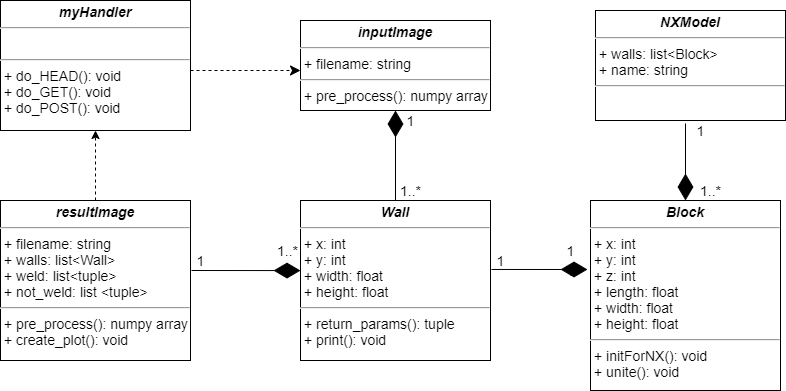
Before: Figures/A2/class_diagram.png, a diagram exported from draw.io (lerausenco/KBE-Prosjekt). Source tidied: cells renumbered, new cells last; positions are measured from the earlier drawing's top-left corner, leaving out a move shared by most shapes.
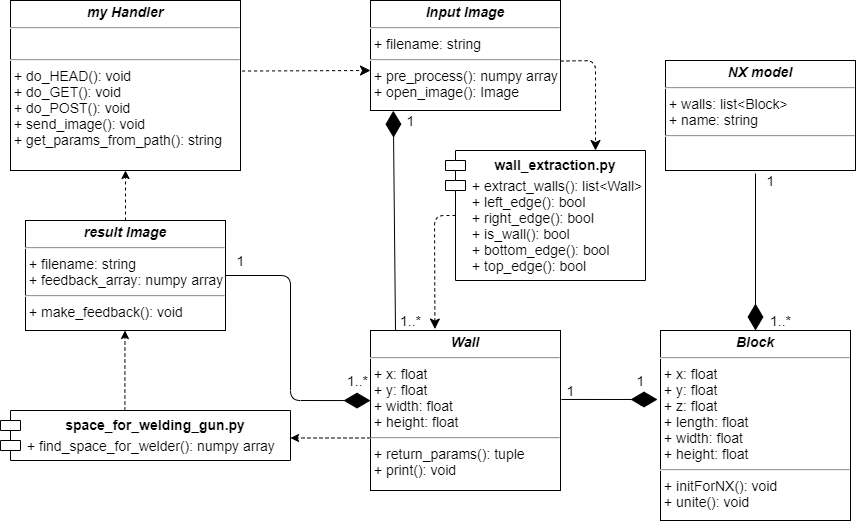
The same diagram one commit later.

What changed in the source:
```diff
@@ -2,45 +2,46 @@
   <root>
     <mxCell id="0" />
     <mxCell id="1" parent="0" />
-    <mxCell id="2" value="&lt;p style=&quot;margin: 4px 0px 0px ; text-align: center ; font-size: 14px&quot;&gt;&lt;i style=&quot;font-size: 14px&quot;&gt;&lt;b style=&quot;font-size: 14px&quot;&gt;myHandler&lt;/b&gt;&lt;/i&gt;&lt;/p&gt;&lt;hr style=&quot;font-size: 14px&quot;&gt;&lt;p style=&quot;margin: 0px 0px 0px 4px ; font-size: 14px&quot;&gt;&lt;br&gt;&lt;/p&gt;&lt;hr style=&quot;font-size: 14px&quot;&gt;&lt;p style=&quot;margin: 0px 0px 0px 4px ; font-size: 14px&quot;&gt;+ do_HEAD(): void&lt;/p&gt;&lt;p style=&quot;margin: 0px 0px 0px 4px ; font-size: 14px&quot;&gt;+ do_GET(): void&lt;br style=&quot;font-size: 14px&quot;&gt;+ do_POST(): void&lt;/p&gt;" style="verticalAlign=top;align=left;overflow=fill;fontSize=14;fontFamily=Helvetica;html=1;" parent="1" vertex="1">
-      <mxGeometry width="190" height="130" as="geometry" />
+    <mxCell id="2" value="&lt;p style=&quot;margin: 4px 0px 0px ; text-align: center ; font-size: 14px&quot;&gt;&lt;i style=&quot;font-size: 14px&quot;&gt;&lt;b style=&quot;font-size: 14px&quot;&gt;my Handler&lt;/b&gt;&lt;/i&gt;&lt;/p&gt;&lt;hr style=&quot;font-size: 14px&quot;&gt;&lt;p style=&quot;margin: 0px 0px 0px 4px ; font-size: 14px&quot;&gt;&lt;br&gt;&lt;/p&gt;&lt;hr style=&quot;font-size: 14px&quot;&gt;&lt;p style=&quot;margin: 0px 0px 0px 4px ; font-size: 14px&quot;&gt;+ do_HEAD(): void&lt;/p&gt;&lt;p style=&quot;margin: 0px 0px 0px 4px ; font-size: 14px&quot;&gt;+ do_GET(): void&lt;br style=&quot;font-size: 14px&quot;&gt;+ do_POST(): void&lt;/p&gt;&lt;p style=&quot;margin: 0px 0px 0px 4px ; font-size: 14px&quot;&gt;+ send_image(): void&lt;/p&gt;&lt;p style=&quot;margin: 0px 0px 0px 4px ; font-size: 14px&quot;&gt;+ get_params_from_path(): string&lt;/p&gt;" style="verticalAlign=top;align=left;overflow=fill;fontSize=14;fontFamily=Helvetica;html=1;" parent="1" vertex="1">
+      <mxGeometry x="-60" y="-50" width="230" height="170" as="geometry" />
     </mxCell>
-    <mxCell id="3" value="&lt;p style=&quot;margin: 4px 0px 0px ; text-align: center ; font-size: 14px&quot;&gt;&lt;b&gt;&lt;i&gt;Wall&lt;/i&gt;&lt;/b&gt;&lt;/p&gt;&lt;hr style=&quot;font-size: 14px&quot;&gt;&lt;p style=&quot;margin: 0px 0px 0px 4px ; font-size: 14px&quot;&gt;+ x: int&lt;/p&gt;&lt;p style=&quot;margin: 0px 0px 0px 4px ; font-size: 14px&quot;&gt;+ y: int&lt;/p&gt;&lt;p style=&quot;margin: 0px 0px 0px 4px ; font-size: 14px&quot;&gt;&lt;span&gt;+ width: float&lt;/span&gt;&lt;br&gt;&lt;/p&gt;&lt;p style=&quot;margin: 0px 0px 0px 4px ; font-size: 14px&quot;&gt;&lt;span&gt;+ height: float&lt;/span&gt;&lt;/p&gt;&lt;hr style=&quot;font-size: 14px&quot;&gt;&lt;p style=&quot;margin: 0px 0px 0px 4px ; font-size: 14px&quot;&gt;+ return_params(): tuple&lt;/p&gt;&lt;p style=&quot;margin: 0px 0px 0px 4px ; font-size: 14px&quot;&gt;+ print(): void&lt;/p&gt;" style="verticalAlign=top;align=left;overflow=fill;fontSize=14;fontFamily=Helvetica;html=1;" parent="1" vertex="1">
-      <mxGeometry x="300" y="200" width="190" height="160" as="geometry" />
+    <mxCell id="3" value="&lt;p style=&quot;margin: 4px 0px 0px ; text-align: center ; font-size: 14px&quot;&gt;&lt;b&gt;&lt;i&gt;Wall&lt;/i&gt;&lt;/b&gt;&lt;/p&gt;&lt;hr style=&quot;font-size: 14px&quot;&gt;&lt;p style=&quot;margin: 0px 0px 0px 4px ; font-size: 14px&quot;&gt;+ x: float&lt;/p&gt;&lt;p style=&quot;margin: 0px 0px 0px 4px ; font-size: 14px&quot;&gt;+ y: float&lt;/p&gt;&lt;p style=&quot;margin: 0px 0px 0px 4px ; font-size: 14px&quot;&gt;&lt;span&gt;+ width: float&lt;/span&gt;&lt;br&gt;&lt;/p&gt;&lt;p style=&quot;margin: 0px 0px 0px 4px ; font-size: 14px&quot;&gt;&lt;span&gt;+ height: float&lt;/span&gt;&lt;/p&gt;&lt;hr style=&quot;font-size: 14px&quot;&gt;&lt;p style=&quot;margin: 0px 0px 0px 4px ; font-size: 14px&quot;&gt;+ return_params(): tuple&lt;/p&gt;&lt;p style=&quot;margin: 0px 0px 0px 4px ; font-size: 14px&quot;&gt;+ print(): void&lt;/p&gt;" style="verticalAlign=top;align=left;overflow=fill;fontSize=14;fontFamily=Helvetica;html=1;" parent="1" vertex="1">
+      <mxGeometry x="300" y="280" width="190" height="160" as="geometry" />
     </mxCell>
-    <mxCell id="4" value="&lt;p style=&quot;margin: 4px 0px 0px ; text-align: center ; font-size: 14px&quot;&gt;&lt;b&gt;&lt;i&gt;Block&lt;/i&gt;&lt;/b&gt;&lt;/p&gt;&lt;hr style=&quot;font-size: 14px&quot;&gt;&lt;p style=&quot;margin: 0px 0px 0px 4px ; font-size: 14px&quot;&gt;+ x: int&lt;/p&gt;&lt;p style=&quot;margin: 0px 0px 0px 4px ; font-size: 14px&quot;&gt;+ y: int&lt;/p&gt;&lt;p style=&quot;margin: 0px 0px 0px 4px ; font-size: 14px&quot;&gt;+ z: int&lt;/p&gt;&lt;p style=&quot;margin: 0px 0px 0px 4px ; font-size: 14px&quot;&gt;+ length: float&lt;/p&gt;&lt;p style=&quot;margin: 0px 0px 0px 4px ; font-size: 14px&quot;&gt;&lt;span&gt;+ width: float&lt;/span&gt;&lt;br&gt;&lt;/p&gt;&lt;p style=&quot;margin: 0px 0px 0px 4px ; font-size: 14px&quot;&gt;&lt;span&gt;+ height: float&lt;/span&gt;&lt;/p&gt;&lt;hr style=&quot;font-size: 14px&quot;&gt;&lt;p style=&quot;margin: 0px 0px 0px 4px ; font-size: 14px&quot;&gt;+ initForNX(): void&lt;/p&gt;&lt;p style=&quot;margin: 0px 0px 0px 4px ; font-size: 14px&quot;&gt;+ unite(): void&lt;/p&gt;&lt;p style=&quot;margin: 0px 0px 0px 4px ; font-size: 14px&quot;&gt;&lt;br&gt;&lt;/p&gt;&lt;p style=&quot;margin: 0px 0px 0px 4px ; font-size: 14px&quot;&gt;&lt;br&gt;&lt;/p&gt;" style="verticalAlign=top;align=left;overflow=fill;fontSize=14;fontFamily=Helvetica;html=1;" parent="1" vertex="1">
-      <mxGeometry x="590" y="200" width="190" height="190" as="geometry" />
+    <mxCell id="4" value="&lt;p style=&quot;margin: 4px 0px 0px ; text-align: center ; font-size: 14px&quot;&gt;&lt;b&gt;&lt;i&gt;Block&lt;/i&gt;&lt;/b&gt;&lt;/p&gt;&lt;hr style=&quot;font-size: 14px&quot;&gt;&lt;p style=&quot;margin: 0px 0px 0px 4px ; font-size: 14px&quot;&gt;+ x: float&lt;/p&gt;&lt;p style=&quot;margin: 0px 0px 0px 4px ; font-size: 14px&quot;&gt;+ y: float&lt;/p&gt;&lt;p style=&quot;margin: 0px 0px 0px 4px ; font-size: 14px&quot;&gt;+ z: float&lt;/p&gt;&lt;p style=&quot;margin: 0px 0px 0px 4px ; font-size: 14px&quot;&gt;+ length: float&lt;/p&gt;&lt;p style=&quot;margin: 0px 0px 0px 4px ; font-size: 14px&quot;&gt;&lt;span&gt;+ width: float&lt;/span&gt;&lt;br&gt;&lt;/p&gt;&lt;p style=&quot;margin: 0px 0px 0px 4px ; font-size: 14px&quot;&gt;&lt;span&gt;+ height: float&lt;/span&gt;&lt;/p&gt;&lt;hr style=&quot;font-size: 14px&quot;&gt;&lt;p style=&quot;margin: 0px 0px 0px 4px ; font-size: 14px&quot;&gt;+ initForNX(): void&lt;/p&gt;&lt;p style=&quot;margin: 0px 0px 0px 4px ; font-size: 14px&quot;&gt;+ unite(): void&lt;/p&gt;&lt;p style=&quot;margin: 0px 0px 0px 4px ; font-size: 14px&quot;&gt;&lt;br&gt;&lt;/p&gt;&lt;p style=&quot;margin: 0px 0px 0px 4px ; font-size: 14px&quot;&gt;&lt;br&gt;&lt;/p&gt;" style="verticalAlign=top;align=left;overflow=fill;fontSize=14;fontFamily=Helvetica;html=1;" parent="1" vertex="1">
+      <mxGeometry x="590" y="280" width="190" height="190" as="geometry" />
     </mxCell>
-    <mxCell id="5" value="&lt;p style=&quot;margin: 4px 0px 0px ; text-align: center ; font-size: 14px&quot;&gt;&lt;i style=&quot;font-size: 14px&quot;&gt;&lt;b style=&quot;font-size: 14px&quot;&gt;inputImage&lt;/b&gt;&lt;/i&gt;&lt;/p&gt;&lt;hr style=&quot;font-size: 14px&quot;&gt;&lt;p style=&quot;margin: 0px 0px 0px 4px ; font-size: 14px&quot;&gt;+ filename: string&lt;/p&gt;&lt;hr style=&quot;font-size: 14px&quot;&gt;&lt;p style=&quot;margin: 0px 0px 0px 4px ; font-size: 14px&quot;&gt;+ pre_process(): numpy array&lt;/p&gt;" style="verticalAlign=top;align=left;overflow=fill;fontSize=14;fontFamily=Helvetica;html=1;" parent="1" vertex="1">
-      <mxGeometry x="300" y="20" width="190" height="90" as="geometry" />
+    <mxCell id="5" value="&lt;p style=&quot;margin: 4px 0px 0px ; text-align: center ; font-size: 14px&quot;&gt;&lt;b&gt;&lt;i&gt;Input Image&lt;/i&gt;&lt;/b&gt;&lt;/p&gt;&lt;hr style=&quot;font-size: 14px&quot;&gt;&lt;p style=&quot;margin: 0px 0px 0px 4px ; font-size: 14px&quot;&gt;+ filename: string&lt;/p&gt;&lt;hr style=&quot;font-size: 14px&quot;&gt;&lt;p style=&quot;margin: 0px 0px 0px 4px ; font-size: 14px&quot;&gt;+ pre_process(): numpy array&lt;/p&gt;&lt;p style=&quot;margin: 0px 0px 0px 4px ; font-size: 14px&quot;&gt;+ open_image(): Image&lt;/p&gt;" style="verticalAlign=top;align=left;overflow=fill;fontSize=14;fontFamily=Helvetica;html=1;" parent="1" vertex="1">
+      <mxGeometry x="300" y="-50" width="190" height="110" as="geometry" />
     </mxCell>
     <mxCell id="6" value="1" style="text;html=1;align=center;verticalAlign=middle;fontSize=14;" parent="1" vertex="1">
-      <mxGeometry x="560" y="240" width="20" height="20" as="geometry" />
+      <mxGeometry x="560" y="320" width="20" height="20" as="geometry" />
     </mxCell>
     <mxCell id="7" style="endArrow=diamondThin;endFill=1;endSize=24;html=1;fontSize=14;exitX=1.005;exitY=0.431;exitDx=0;exitDy=0;exitPerimeter=0;" parent="1" edge="1" source="3">
       <mxGeometry relative="1" as="geometry">
-        <mxPoint x="587" y="269" as="targetPoint" />
+        <mxPoint x="587" y="349" as="targetPoint" />
       </mxGeometry>
     </mxCell>
     <mxCell id="8" value="1" style="text;html=1;align=center;verticalAlign=middle;fontSize=14;" parent="1" vertex="1">
-      <mxGeometry x="490" y="250" width="20" height="20" as="geometry" />
+      <mxGeometry x="490" y="330" width="20" height="20" as="geometry" />
     </mxCell>
-    <mxCell id="9" style="endArrow=diamondThin;endFill=1;endSize=24;html=1;fontSize=14;exitX=0.5;exitY=0;exitDx=0;exitDy=0;entryX=0.5;entryY=1;entryDx=0;entryDy=0;" parent="1" edge="1" source="3" target="5">
-      <mxGeometry relative="1" as="geometry" />
+    <mxCell id="9" style="endArrow=diamondThin;endFill=1;endSize=24;html=1;fontSize=14;exitX=0.5;exitY=0;exitDx=0;exitDy=0;entryX=0.12;entryY=1.002;entryDx=0;entryDy=0;entryPerimeter=0;" parent="1" edge="1" target="5">
+      <mxGeometry relative="1" as="geometry">
+        <mxPoint x="325" y="280" as="sourcePoint" />
+      </mxGeometry>
     </mxCell>
     <mxCell id="10" value="1..*" style="text;html=1;align=center;verticalAlign=middle;fontSize=14;" parent="1" vertex="1">
-      <mxGeometry x="390" y="180" width="40" height="20" as="geometry" />
+      <mxGeometry x="320" y="260" width="40" height="20" as="geometry" />
     </mxCell>
     <mxCell id="11" value="1" style="text;html=1;align=center;verticalAlign=middle;fontSize=14;" parent="1" vertex="1">
-      <mxGeometry x="400" y="110" width="20" height="20" as="geometry" />
+      <mxGeometry x="330" y="60" width="20" height="20" as="geometry" />
     </mxCell>
-    <mxCell id="12" style="html=1;verticalAlign=bottom;endArrow=classic;dashed=1;endSize=8;fontSize=14;endFill=1;" parent="1" edge="1">
+    <mxCell id="12" style="html=1;verticalAlign=bottom;endArrow=classic;dashed=1;endSize=8;fontSize=14;endFill=1;exitX=1.007;exitY=0.415;exitDx=0;exitDy=0;exitPerimeter=0;" parent="1" edge="1" source="2">
       <mxGeometry relative="1" as="geometry">
-        <mxPoint x="190" y="70" as="sourcePoint" />
-        <mxPoint x="300" y="70" as="targetPoint" />
+        <mxPoint x="300" y="20" as="targetPoint" />
       </mxGeometry>
     </mxCell>
-    <mxCell id="13" value="&lt;p style=&quot;margin: 4px 0px 0px ; text-align: center ; font-size: 14px&quot;&gt;&lt;b&gt;&lt;i&gt;NXModel&lt;/i&gt;&lt;/b&gt;&lt;/p&gt;&lt;hr style=&quot;font-size: 14px&quot;&gt;&lt;p style=&quot;margin: 0px 0px 0px 4px ; font-size: 14px&quot;&gt;+ walls: list&amp;lt;Block&amp;gt;&lt;/p&gt;&lt;p style=&quot;margin: 0px 0px 0px 4px ; font-size: 14px&quot;&gt;+ name: string&lt;/p&gt;&lt;hr style=&quot;font-size: 14px&quot;&gt;&lt;p style=&quot;margin: 0px 0px 0px 4px ; font-size: 14px&quot;&gt;&lt;br&gt;&lt;/p&gt;" style="verticalAlign=top;align=left;overflow=fill;fontSize=14;fontFamily=Helvetica;html=1;" parent="1" vertex="1">
+    <mxCell id="13" value="&lt;p style=&quot;margin: 4px 0px 0px ; text-align: center ; font-size: 14px&quot;&gt;&lt;b&gt;&lt;i&gt;NX model&lt;/i&gt;&lt;/b&gt;&lt;/p&gt;&lt;hr style=&quot;font-size: 14px&quot;&gt;&lt;p style=&quot;margin: 0px 0px 0px 4px ; font-size: 14px&quot;&gt;+ walls: list&amp;lt;Block&amp;gt;&lt;/p&gt;&lt;p style=&quot;margin: 0px 0px 0px 4px ; font-size: 14px&quot;&gt;+ name: string&lt;/p&gt;&lt;hr style=&quot;font-size: 14px&quot;&gt;&lt;p style=&quot;margin: 0px 0px 0px 4px ; font-size: 14px&quot;&gt;&lt;br&gt;&lt;/p&gt;" style="verticalAlign=top;align=left;overflow=fill;fontSize=14;fontFamily=Helvetica;html=1;" parent="1" vertex="1">
       <mxGeometry x="595" y="10" width="190" height="110" as="geometry" />
     </mxCell>
     <mxCell id="14" style="endArrow=diamondThin;endFill=1;endSize=24;html=1;fontSize=14;entryX=0.5;entryY=0;entryDx=0;entryDy=0;" parent="1" edge="1" target="4">
@@ -52,27 +53,78 @@
       <mxGeometry x="690" y="120" width="20" height="20" as="geometry" />
     </mxCell>
     <mxCell id="16" value="1..*" style="text;html=1;align=center;verticalAlign=middle;fontSize=14;" parent="1" vertex="1">
-      <mxGeometry x="690" y="180" width="40" height="20" as="geometry" />
+      <mxGeometry x="690" y="260" width="40" height="20" as="geometry" />
     </mxCell>
-    <mxCell id="17" style="edgeStyle=orthogonalEdgeStyle;rounded=0;jettySize=auto;html=1;fontSize=14;dashed=1;" parent="1" edge="1" source="18" target="2">
+    <mxCell id="17" style="edgeStyle=orthogonalEdgeStyle;rounded=0;jettySize=auto;html=1;fontSize=14;dashed=1;entryX=0.5;entryY=1;entryDx=0;entryDy=0;" parent="1" edge="1" source="18" target="2">
       <mxGeometry relative="1" as="geometry" />
     </mxCell>
-    <mxCell id="18" value="&lt;p style=&quot;margin: 4px 0px 0px ; text-align: center ; font-size: 14px&quot;&gt;&lt;i style=&quot;font-size: 14px&quot;&gt;&lt;b style=&quot;font-size: 14px&quot;&gt;resultImage&lt;/b&gt;&lt;/i&gt;&lt;/p&gt;&lt;hr style=&quot;font-size: 14px&quot;&gt;&lt;p style=&quot;margin: 0px 0px 0px 4px ; font-size: 14px&quot;&gt;+ filename: string&lt;/p&gt;&lt;p style=&quot;margin: 0px 0px 0px 4px ; font-size: 14px&quot;&gt;+ walls: list&amp;lt;Wall&amp;gt;&lt;/p&gt;&lt;p style=&quot;margin: 0px 0px 0px 4px ; font-size: 14px&quot;&gt;+ weld: list&amp;lt;tuple&amp;gt;&lt;/p&gt;&lt;p style=&quot;margin: 0px 0px 0px 4px ; font-size: 14px&quot;&gt;+ not_weld: list &amp;lt;tuple&amp;gt;&lt;/p&gt;&lt;hr style=&quot;font-size: 14px&quot;&gt;&lt;p style=&quot;margin: 0px 0px 0px 4px ; font-size: 14px&quot;&gt;+ pre_process(): numpy array&lt;/p&gt;&lt;p style=&quot;margin: 0px 0px 0px 4px ; font-size: 14px&quot;&gt;+ create_plot(): void&lt;/p&gt;" style="verticalAlign=top;align=left;overflow=fill;fontSize=14;fontFamily=Helvetica;html=1;" parent="1" vertex="1">
-      <mxGeometry y="200" width="190" height="160" as="geometry" />
+    <mxCell id="18" value="&lt;p style=&quot;margin: 4px 0px 0px ; text-align: center ; font-size: 14px&quot;&gt;&lt;i style=&quot;font-size: 14px&quot;&gt;&lt;b style=&quot;font-size: 14px&quot;&gt;result Image&lt;/b&gt;&lt;/i&gt;&lt;/p&gt;&lt;hr style=&quot;font-size: 14px&quot;&gt;&lt;p style=&quot;margin: 0px 0px 0px 4px ; font-size: 14px&quot;&gt;+ filename: string&lt;/p&gt;&lt;p style=&quot;margin: 0px 0px 0px 4px ; font-size: 14px&quot;&gt;+ feedback_array: numpy array&lt;/p&gt;&lt;hr style=&quot;font-size: 14px&quot;&gt;&lt;p style=&quot;margin: 0px 0px 0px 4px ; font-size: 14px&quot;&gt;+ make_feedback(): void&lt;/p&gt;" style="verticalAlign=top;align=left;overflow=fill;fontSize=14;fontFamily=Helvetica;html=1;" parent="1" vertex="1">
+      <mxGeometry x="-45" y="170" width="200" height="110" as="geometry" />
     </mxCell>
-    <mxCell id="19" style="endArrow=diamondThin;endFill=1;endSize=24;html=1;fontSize=14;exitX=1.005;exitY=0.431;exitDx=0;exitDy=0;exitPerimeter=0;entryX=0;entryY=0.438;entryDx=0;entryDy=0;entryPerimeter=0;" parent="1" edge="1" target="3">
+    <mxCell id="19" style="endArrow=diamondThin;endFill=1;endSize=24;html=1;fontSize=14;entryX=0;entryY=0.438;entryDx=0;entryDy=0;entryPerimeter=0;exitX=1;exitY=0.5;exitDx=0;exitDy=0;" parent="1" edge="1" source="18" target="3">
       <mxGeometry relative="1" as="geometry">
-        <mxPoint x="191" y="270" as="sourcePoint" />
+        <Array as="points">
+          <mxPoint x="220" y="225" />
+          <mxPoint x="220" y="350" />
+        </Array>
       </mxGeometry>
     </mxCell>
     <mxCell id="20" value="1" style="text;html=1;align=center;verticalAlign=middle;fontSize=14;" parent="1" vertex="1">
-      <mxGeometry x="560" y="260" width="20" height="20" as="geometry" />
+      <mxGeometry x="560" y="340" width="20" height="20" as="geometry" />
     </mxCell>
     <mxCell id="21" value="1..*" style="text;html=1;align=center;verticalAlign=middle;fontSize=14;" parent="1" vertex="1">
-      <mxGeometry x="267" y="240" width="40" height="20" as="geometry" />
+      <mxGeometry x="267" y="320" width="40" height="20" as="geometry" />
     </mxCell>
     <mxCell id="22" value="1" style="text;html=1;align=center;verticalAlign=middle;fontSize=14;" parent="1" vertex="1">
-      <mxGeometry x="190" y="250" width="20" height="20" as="geometry" />
+      <mxGeometry x="160" y="200" width="20" height="20" as="geometry" />
     </mxCell>
+    <mxCell id="23" style="group;" parent="1" vertex="1">
+      <mxGeometry x="375" y="100" width="205" height="140" as="geometry" />
+    </mxCell>
+    <mxCell id="24" value="wall_extraction.py&#10;" style="shape=module;align=left;spacingLeft=20;align=center;verticalAlign=top;fontStyle=1;fontSize=14;" parent="23" vertex="1">
+      <mxGeometry width="200" height="130" as="geometry" />
+    </mxCell>
+    <mxCell id="25" value="+ extract_walls(): list&amp;lt;Wall&amp;gt;&lt;br style=&quot;padding: 0px ; margin: 0px&quot;&gt;+ left_edge(): bool&lt;br style=&quot;padding: 0px ; margin: 0px&quot;&gt;+ right_edge(): bool&lt;br style=&quot;padding: 0px ; margin: 0px&quot;&gt;+ is_wall(): bool&lt;br style=&quot;padding: 0px ; margin: 0px&quot;&gt;+ bottom_edge(): bool&lt;br style=&quot;padding: 0px ; margin: 0px&quot;&gt;+ top_edge(): bool" style="text;html=1;strokeColor=none;fillColor=none;align=left;verticalAlign=middle;whiteSpace=wrap;rounded=0;fontSize=14;" parent="23" vertex="1">
+      <mxGeometry x="25" y="10" width="180" height="130" as="geometry" />
+    </mxCell>
+    <mxCell id="26" style="html=1;verticalAlign=bottom;endArrow=classic;dashed=1;endSize=8;fontSize=14;endFill=1;exitX=1.007;exitY=0.415;exitDx=0;exitDy=0;exitPerimeter=0;entryX=0.75;entryY=0;entryDx=0;entryDy=0;" parent="1" edge="1" target="24">
+      <mxGeometry relative="1" as="geometry">
+        <mxPoint x="490" y="10.5" as="sourcePoint" />
+        <Array as="points">
+          <mxPoint x="525" y="10" />
+        </Array>
+      </mxGeometry>
+    </mxCell>
+    <mxCell id="27" style="html=1;verticalAlign=bottom;endArrow=classic;dashed=1;endSize=8;fontSize=14;endFill=1;exitX=0;exitY=0.5;exitDx=10;exitDy=0;exitPerimeter=0;entryX=0.339;entryY=-0.009;entryDx=0;entryDy=0;entryPerimeter=0;" parent="1" edge="1" source="24" target="3">
+      <mxGeometry relative="1" as="geometry">
+        <Array as="points">
+          <mxPoint x="364" y="165" />
+        </Array>
+      </mxGeometry>
+    </mxCell>
+    <mxCell id="28" style="group;" parent="1" vertex="1">
+      <mxGeometry x="-35" y="310" width="290" height="140" as="geometry" />
+    </mxCell>
+    <mxCell id="29" style="group;" parent="28" vertex="1">
+      <mxGeometry x="-35" y="50" width="290" height="50" as="geometry" />
+    </mxCell>
+    <mxCell id="30" value="space_for_welding_gun.py" style="shape=module;align=left;spacingLeft=20;align=center;verticalAlign=top;fontStyle=1;fontSize=14;" parent="29" vertex="1">
+      <mxGeometry width="290" height="50" as="geometry" />
+    </mxCell>
+    <mxCell id="31" value="+ find_space_for_welder(): numpy array" style="text;html=1;strokeColor=none;fillColor=none;align=left;verticalAlign=middle;whiteSpace=wrap;rounded=0;fontSize=14;" parent="29" vertex="1">
+      <mxGeometry x="25" y="20" width="265" height="30" as="geometry" />
+    </mxCell>
+    <mxCell id="32" style="edgeStyle=orthogonalEdgeStyle;rounded=0;jettySize=auto;html=1;fontSize=14;dashed=1;entryX=0.5;entryY=1;entryDx=0;entryDy=0;exitX=0.429;exitY=0;exitDx=0;exitDy=0;exitPerimeter=0;" parent="1" edge="1" source="30">
+      <mxGeometry relative="1" as="geometry">
+        <mxPoint x="54.5" y="280" as="targetPoint" />
+      </mxGeometry>
+    </mxCell>
+    <mxCell id="33" style="edgeStyle=orthogonalEdgeStyle;rounded=0;jettySize=auto;html=1;fontSize=14;dashed=1;entryX=1;entryY=0.25;entryDx=0;entryDy=0;" parent="1" edge="1" source="3" target="31">
+      <mxGeometry relative="1" as="geometry">
+        <Array as="points">
+          <mxPoint x="290" y="388" />
+        </Array>
+      </mxGeometry>
+    </mxCell>
   </root>
 </mxGraphModel>
```
